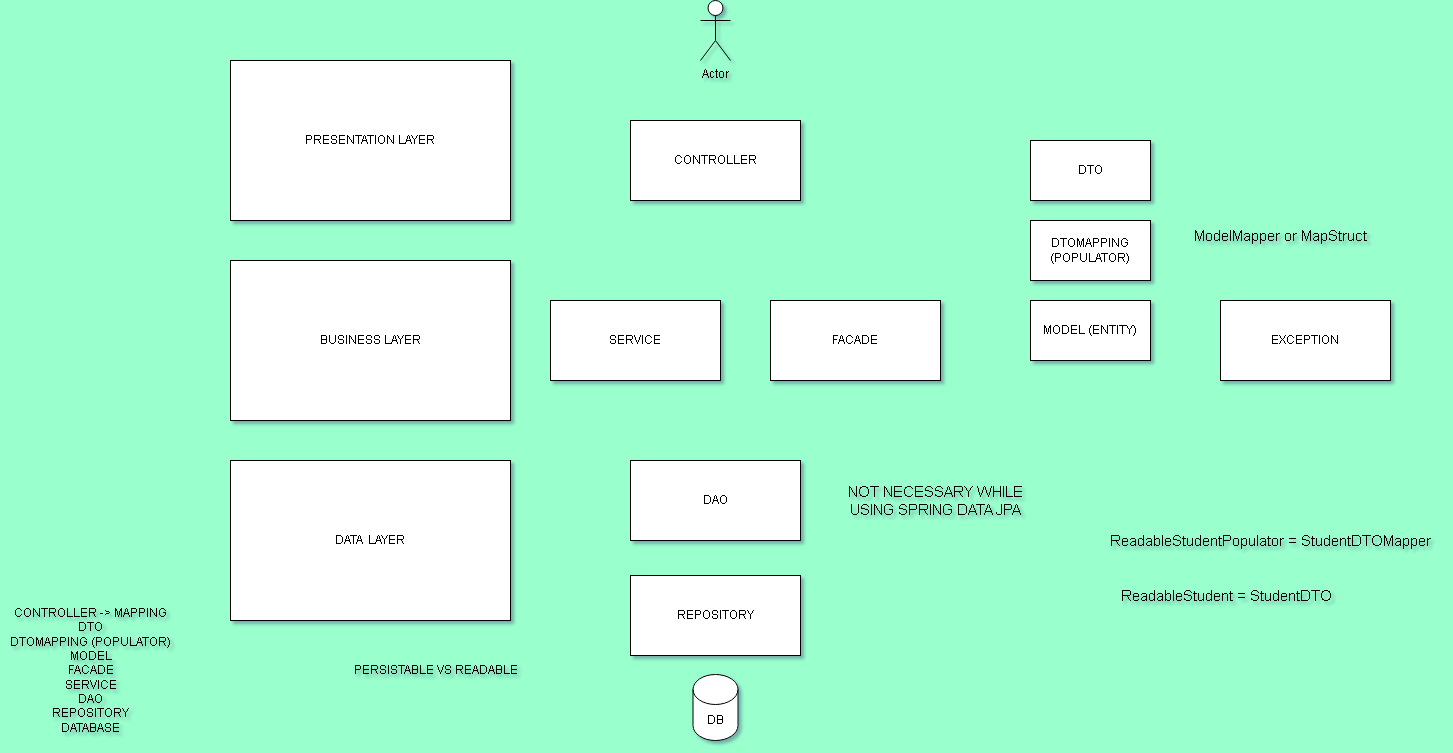
Before: 0-1-GeneralStructure/ARCHITECTURE.png, a diagram exported from draw.io (mahmutcelik0/SPRING-BOOT). Source tidied: cells renumbered, new cells last; positions are measured from the earlier drawing's top-left corner, leaving out a move shared by most shapes.
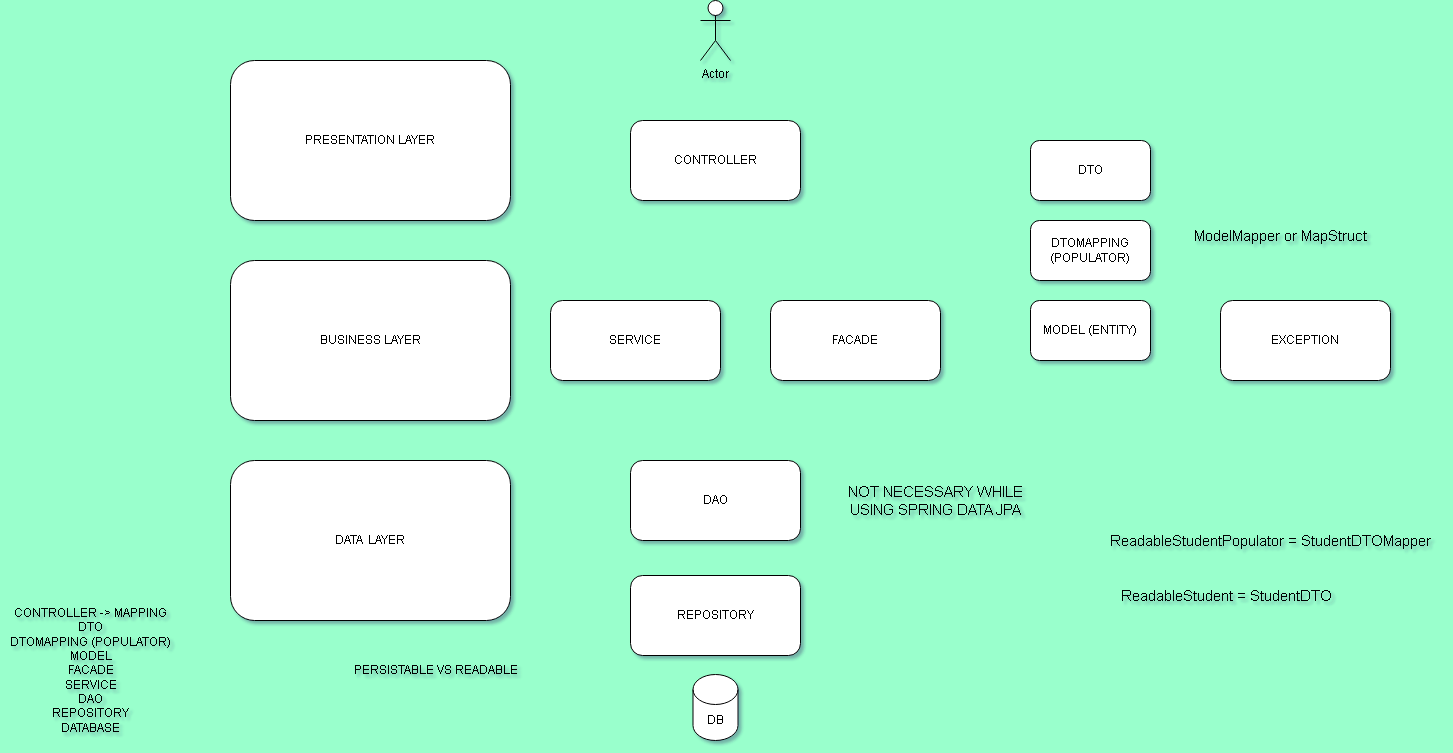
Later version of the same file.

Diff of the diagram source:
```diff
@@ -2,64 +2,64 @@
   <root>
     <mxCell id="0" />
     <mxCell id="1" parent="0" />
-    <mxCell id="2" value="CONTROLLER" style="rounded=0;whiteSpace=wrap;html=1;" parent="1" vertex="1">
+    <mxCell id="2" value="CONTROLLER" style="rounded=1;whiteSpace=wrap;html=1;" parent="1" vertex="1">
       <mxGeometry x="630" y="120" width="170" height="80" as="geometry" />
     </mxCell>
-    <mxCell id="3" value="SERVICE" style="rounded=0;whiteSpace=wrap;html=1;" parent="1" vertex="1">
+    <mxCell id="3" value="SERVICE" style="rounded=1;whiteSpace=wrap;html=1;" parent="1" vertex="1">
       <mxGeometry x="550" y="300" width="170" height="80" as="geometry" />
     </mxCell>
-    <mxCell id="4" value="REPOSITORY" style="rounded=0;whiteSpace=wrap;html=1;" parent="1" vertex="1">
+    <mxCell id="4" value="REPOSITORY" style="rounded=1;whiteSpace=wrap;html=1;" parent="1" vertex="1">
       <mxGeometry x="630" y="575" width="170" height="80" as="geometry" />
     </mxCell>
-    <mxCell id="5" value="PRESENTATION LAYER" style="rounded=0;whiteSpace=wrap;html=1;" parent="1" vertex="1">
+    <mxCell id="5" value="PRESENTATION LAYER" style="rounded=1;whiteSpace=wrap;html=1;" parent="1" vertex="1">
       <mxGeometry x="230" y="60" width="280" height="160" as="geometry" />
     </mxCell>
-    <mxCell id="6" value="BUSINESS LAYER" style="rounded=0;whiteSpace=wrap;html=1;" parent="1" vertex="1">
+    <mxCell id="6" value="BUSINESS LAYER" style="rounded=1;whiteSpace=wrap;html=1;" parent="1" vertex="1">
       <mxGeometry x="230" y="260" width="280" height="160" as="geometry" />
     </mxCell>
-    <mxCell id="7" value="DATA&amp;nbsp; LAYER" style="rounded=0;whiteSpace=wrap;html=1;" parent="1" vertex="1">
+    <mxCell id="7" value="DATA&amp;nbsp; LAYER" style="rounded=1;whiteSpace=wrap;html=1;" parent="1" vertex="1">
       <mxGeometry x="230" y="460" width="280" height="160" as="geometry" />
     </mxCell>
-    <mxCell id="8" value="CONTROLLER -&amp;gt; MAPPING&lt;br&gt;DTO&lt;br&gt;DTOMAPPING (POPULATOR)&lt;br&gt;MODEL&lt;br&gt;FACADE&lt;br&gt;SERVICE&lt;br&gt;DAO&lt;br&gt;REPOSITORY&lt;br&gt;DATABASE" style="text;html=1;align=center;verticalAlign=middle;strokeColor=none;fillColor=none;" parent="1" vertex="1">
+    <mxCell id="8" value="CONTROLLER -&amp;gt; MAPPING&lt;br&gt;DTO&lt;br&gt;DTOMAPPING (POPULATOR)&lt;br&gt;MODEL&lt;br&gt;FACADE&lt;br&gt;SERVICE&lt;br&gt;DAO&lt;br&gt;REPOSITORY&lt;br&gt;DATABASE" style="text;html=1;align=center;verticalAlign=middle;strokeColor=none;fillColor=none;rounded=1;" parent="1" vertex="1">
       <mxGeometry y="600" width="180" height="140" as="geometry" />
     </mxCell>
-    <mxCell id="9" value="PERSISTABLE VS READABLE" style="text;html=1;align=center;verticalAlign=middle;strokeColor=none;fillColor=none;" parent="1" vertex="1">
+    <mxCell id="9" value="PERSISTABLE VS READABLE" style="text;html=1;align=center;verticalAlign=middle;strokeColor=none;fillColor=none;rounded=1;" parent="1" vertex="1">
       <mxGeometry x="340" y="655" width="190" height="30" as="geometry" />
     </mxCell>
-    <mxCell id="10" value="DB" style="shape=cylinder3;whiteSpace=wrap;html=1;boundedLbl=1;backgroundOutline=1;size=15;" parent="1" vertex="1">
+    <mxCell id="10" value="DB" style="shape=cylinder3;whiteSpace=wrap;html=1;boundedLbl=1;backgroundOutline=1;size=15;rounded=1;" parent="1" vertex="1">
       <mxGeometry x="692.5" y="674" width="45" height="66" as="geometry" />
     </mxCell>
-    <mxCell id="11" value="Actor" style="shape=umlActor;verticalLabelPosition=bottom;verticalAlign=top;html=1;" parent="1" vertex="1">
+    <mxCell id="11" value="Actor" style="shape=umlActor;verticalLabelPosition=bottom;verticalAlign=top;html=1;rounded=1;" parent="1" vertex="1">
       <mxGeometry x="700" width="30" height="60" as="geometry" />
     </mxCell>
-    <mxCell id="12" value="FACADE" style="rounded=0;whiteSpace=wrap;html=1;" parent="1" vertex="1">
+    <mxCell id="12" value="FACADE" style="rounded=1;whiteSpace=wrap;html=1;" parent="1" vertex="1">
       <mxGeometry x="770" y="300" width="170" height="80" as="geometry" />
     </mxCell>
-    <mxCell id="13" value="DAO" style="rounded=0;whiteSpace=wrap;html=1;" parent="1" vertex="1">
+    <mxCell id="13" value="DAO" style="rounded=1;whiteSpace=wrap;html=1;" parent="1" vertex="1">
       <mxGeometry x="630" y="460" width="170" height="80" as="geometry" />
     </mxCell>
-    <mxCell id="14" value="NOT NECESSARY WHILE &lt;br style=&quot;font-size: 15px;&quot;&gt;USING SPRING DATA JPA" style="text;html=1;align=center;verticalAlign=middle;strokeColor=none;fillColor=none;fontSize=15;" parent="1" vertex="1">
+    <mxCell id="14" value="NOT NECESSARY WHILE &lt;br style=&quot;font-size: 15px;&quot;&gt;USING SPRING DATA JPA" style="text;html=1;align=center;verticalAlign=middle;strokeColor=none;fillColor=none;fontSize=15;rounded=1;" parent="1" vertex="1">
       <mxGeometry x="835" y="475" width="200" height="50" as="geometry" />
     </mxCell>
-    <mxCell id="15" value="DTO" style="rounded=0;whiteSpace=wrap;html=1;" parent="1" vertex="1">
+    <mxCell id="15" value="DTO" style="rounded=1;whiteSpace=wrap;html=1;" parent="1" vertex="1">
       <mxGeometry x="1030" y="140" width="120" height="60" as="geometry" />
     </mxCell>
-    <mxCell id="16" value="MODEL (ENTITY)" style="rounded=0;whiteSpace=wrap;html=1;" parent="1" vertex="1">
+    <mxCell id="16" value="MODEL (ENTITY)" style="rounded=1;whiteSpace=wrap;html=1;" parent="1" vertex="1">
       <mxGeometry x="1030" y="300" width="120" height="60" as="geometry" />
     </mxCell>
-    <mxCell id="17" value="DTOMAPPING (POPULATOR)" style="rounded=0;whiteSpace=wrap;html=1;" parent="1" vertex="1">
+    <mxCell id="17" value="DTOMAPPING (POPULATOR)" style="rounded=1;whiteSpace=wrap;html=1;" parent="1" vertex="1">
       <mxGeometry x="1030" y="220" width="120" height="60" as="geometry" />
     </mxCell>
-    <mxCell id="18" value="EXCEPTION" style="rounded=0;whiteSpace=wrap;html=1;" parent="1" vertex="1">
+    <mxCell id="18" value="EXCEPTION" style="rounded=1;whiteSpace=wrap;html=1;" parent="1" vertex="1">
       <mxGeometry x="1220" y="300" width="170" height="80" as="geometry" />
     </mxCell>
-    <mxCell id="19" value="ReadableStudentPopulator = StudentDTOMapper" style="text;html=1;align=center;verticalAlign=middle;strokeColor=none;fillColor=none;fontSize=15;" parent="1" vertex="1">
+    <mxCell id="19" value="ReadableStudentPopulator = StudentDTOMapper" style="text;html=1;align=center;verticalAlign=middle;strokeColor=none;fillColor=none;fontSize=15;rounded=1;" parent="1" vertex="1">
       <mxGeometry x="1100" y="525" width="340" height="30" as="geometry" />
     </mxCell>
-    <mxCell id="20" value="ReadableStudent = StudentDTO" style="text;html=1;align=center;verticalAlign=middle;strokeColor=none;fillColor=none;fontSize=15;" parent="1" vertex="1">
+    <mxCell id="20" value="ReadableStudent = StudentDTO" style="text;html=1;align=center;verticalAlign=middle;strokeColor=none;fillColor=none;fontSize=15;rounded=1;" parent="1" vertex="1">
       <mxGeometry x="1111" y="580" width="230" height="30" as="geometry" />
     </mxCell>
-    <mxCell id="21" value="ModelMapper or MapStruct" style="text;html=1;align=center;verticalAlign=middle;strokeColor=none;fillColor=none;fontSize=15;" parent="1" vertex="1">
+    <mxCell id="21" value="ModelMapper or MapStruct" style="text;html=1;align=center;verticalAlign=middle;strokeColor=none;fillColor=none;fontSize=15;rounded=1;" parent="1" vertex="1">
       <mxGeometry x="1180" y="220" width="200" height="30" as="geometry" />
     </mxCell>
   </root>
```
